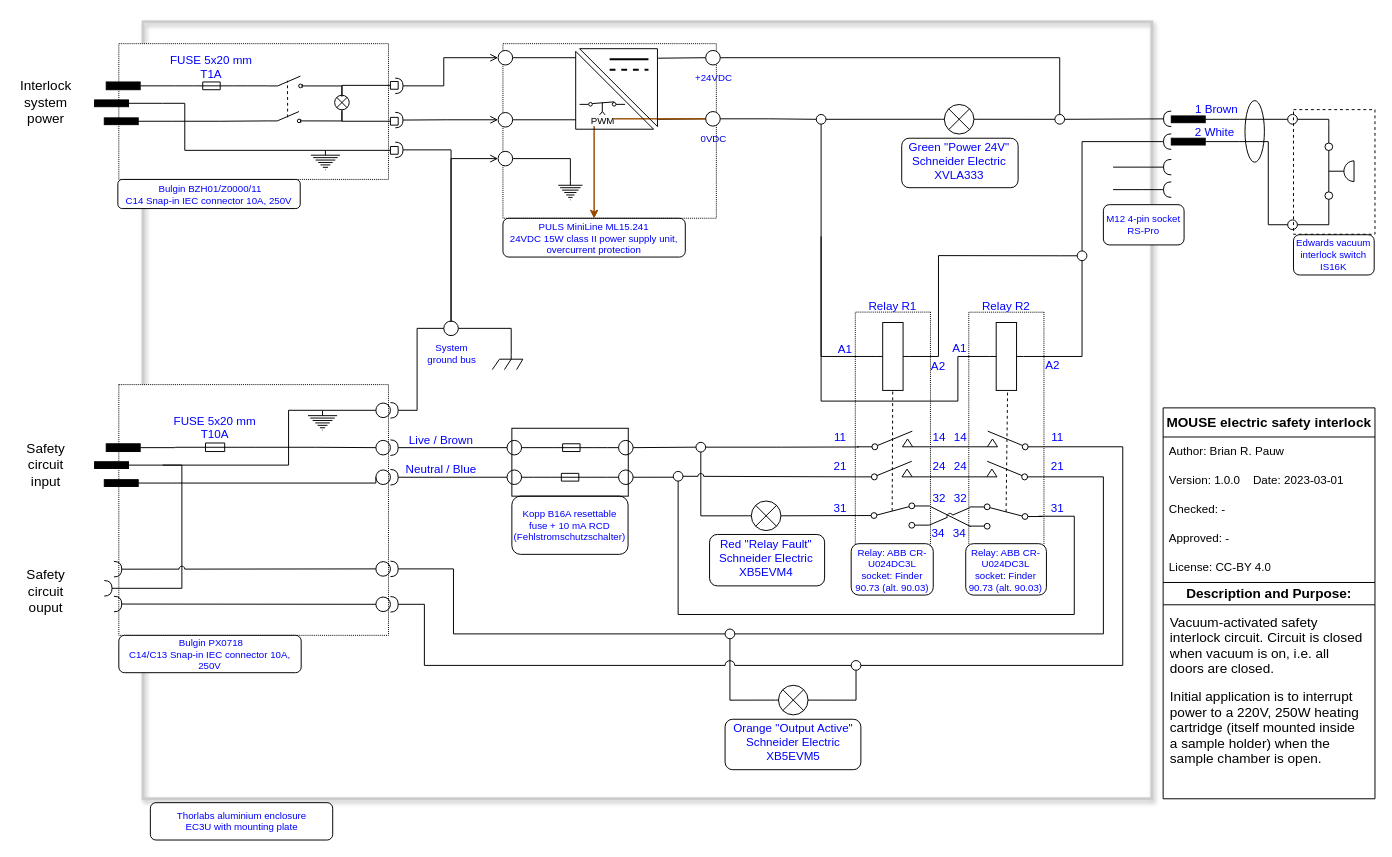
BAMresearch/ElectricSafetyInterlock keeps this draw.io diagram as safetyCircuit.drawio. Above is the earlier version. Source tidied: cells renumbered, new cells numbered last; positions are measured from the earlier drawing's top-left corner, leaving out a move shared by most shapes. Both pictures are drawn from the tidied source at 97%, with x=0, y=0 at pixel (16, 21).
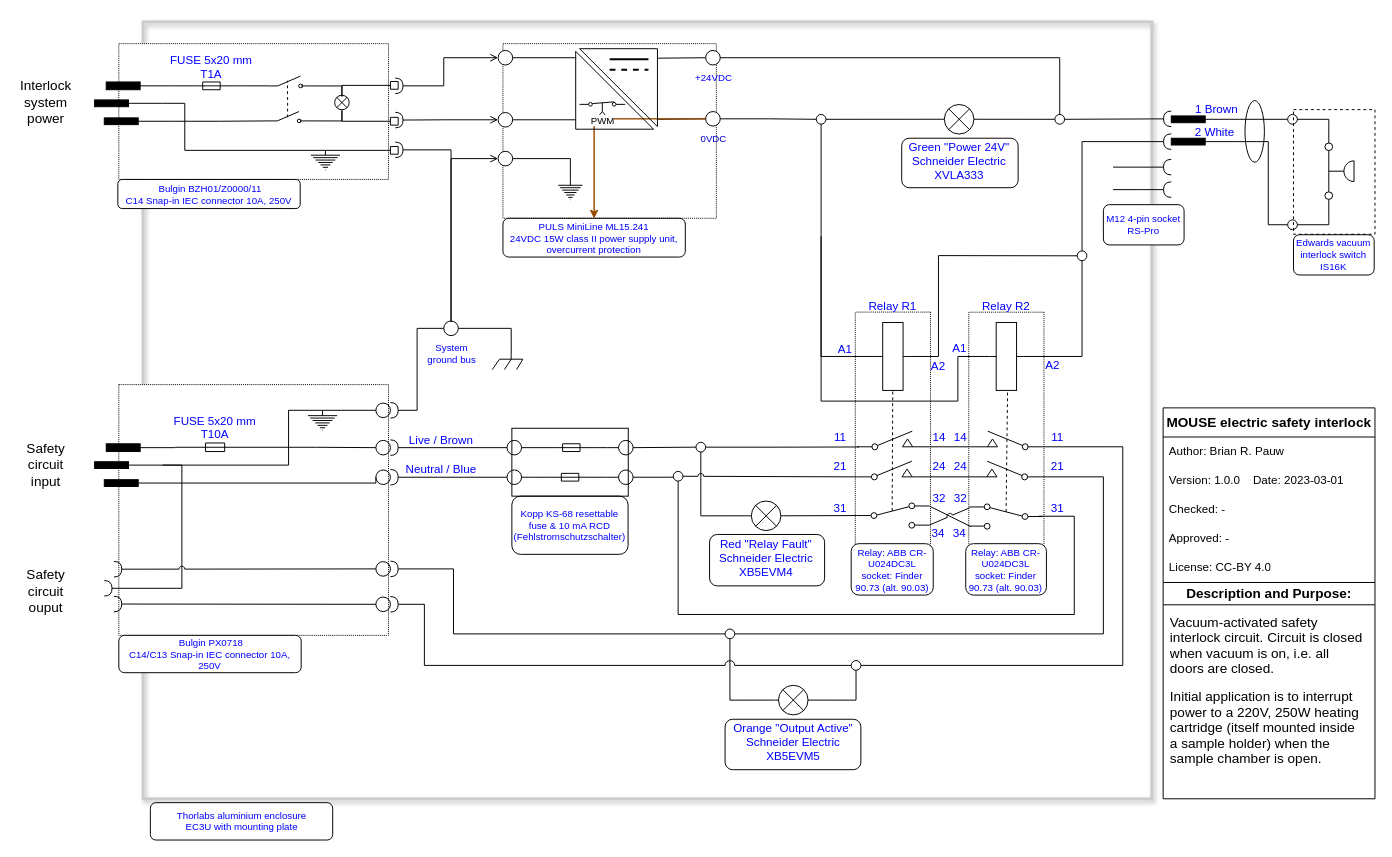
After the change.

The change refers to these unchanged cells:
```xml
<mxCell id="125" style="group;" parent="1" vertex="1">
  <mxGeometry x="505.2" y="419" width="130" height="130" as="geometry" />
</mxCell>
```

What changed in the source:
```diff
@@
-    <mxCell id="137" value="&lt;font color=&quot;#0000ff&quot;&gt;Kopp B16A resettable fuse + 10 mA RCD (Fehlstromschutzschalter)&lt;/font&gt;" style="rounded=1;whiteSpace=wrap;html=1;strokeColor=default;strokeWidth=1;fontSize=10;fillColor=none;" parent="125" vertex="1">
+    <mxCell id="137" value="&lt;font color=&quot;#0000ff&quot;&gt;Kopp KS-68 resettable fuse &amp;amp; 10 mA RCD (Fehlstromschutzschalter)&lt;/font&gt;" style="rounded=1;whiteSpace=wrap;html=1;strokeColor=default;strokeWidth=1;fontSize=10;fillColor=none;" parent="125" vertex="1">
       <mxGeometry x="5" y="70" width="119.8" height="60" as="geometry" />
     </mxCell>
```
